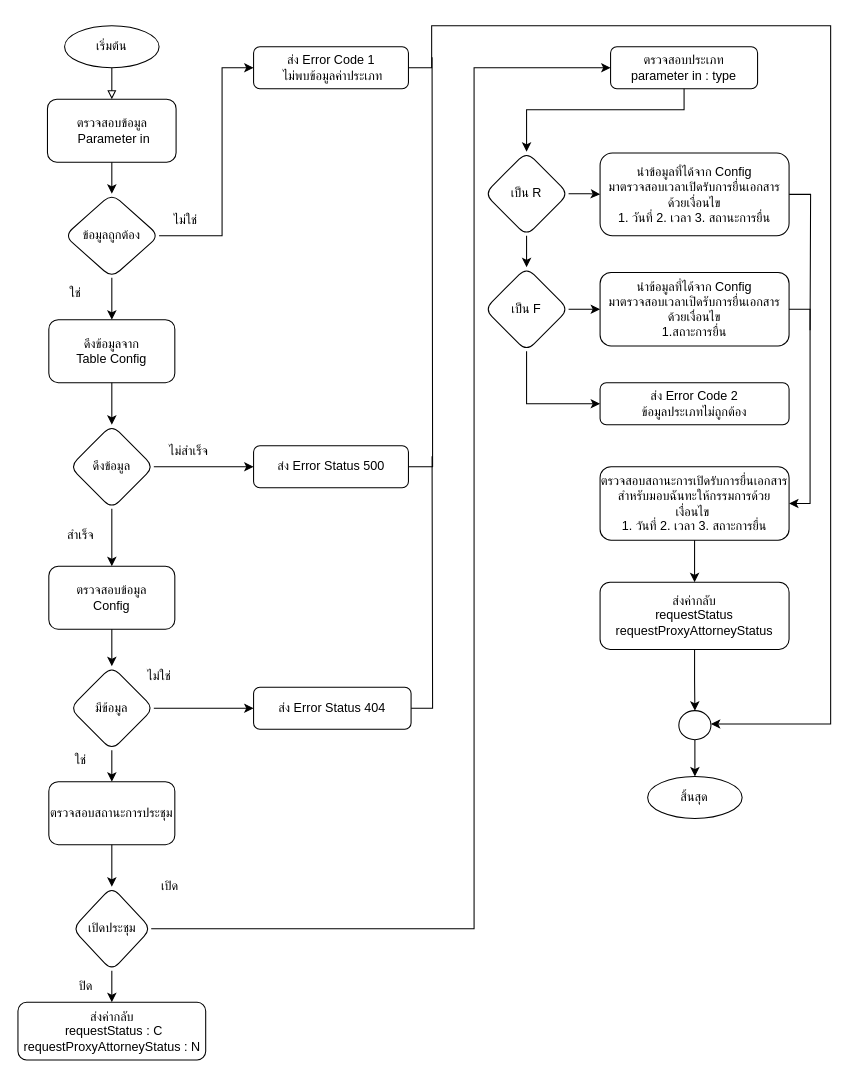
Earlier version of the draw.io diagram checkRequest.drawio (charifrodmanee/charifrodmanee). Source tidied: cells renumbered, new cells numbered last; positions are measured from the earlier drawing's top-left corner, leaving out a move shared by most shapes. Both pictures are drawn from the tidied source at 105%, with x=0, y=0 at pixel (18, 25).
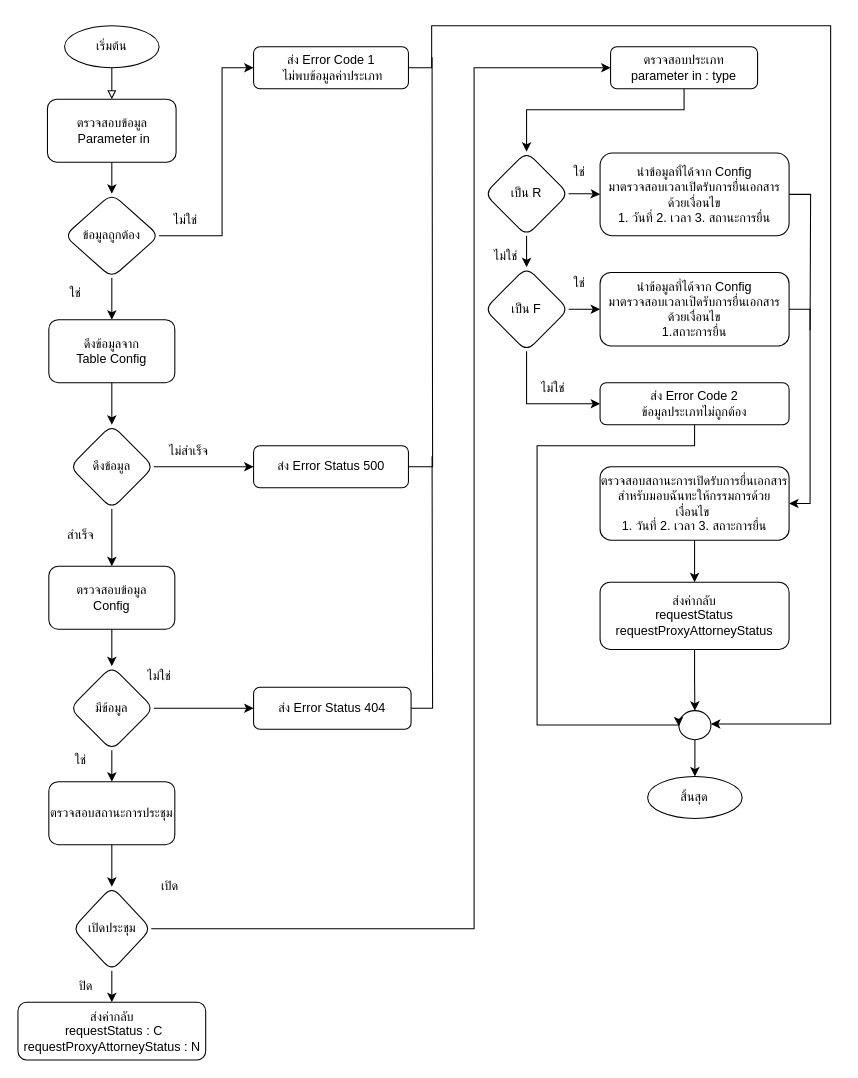
The same diagram, later.

The change refers to these unchanged cells:
```xml
<mxCell id="2" style="group;" parent="1" vertex="1">
  <mxGeometry x="-0.4" width="774.4" height="985" as="geometry" />
</mxCell>
<mxCell id="50" value="ส่ง Error Code 2&lt;br&gt;ข้อมูลประเภทไม่ถูกต้อง" style="whiteSpace=wrap;html=1;rounded=1;glass=0;strokeWidth=1;shadow=0;" parent="2" vertex="1">
  <mxGeometry x="554.4" y="340" width="180" height="40" as="geometry" />
</mxCell>
<mxCell id="57" style="ellipse;whiteSpace=wrap;html=1;rounded=1;glass=0;strokeWidth=1;shadow=0;direction=south;" parent="2" vertex="1">
  <mxGeometry x="629.4" y="652.3" width="30.6" height="27.7" as="geometry" />
</mxCell>
```

Change to the diagram source:
```diff
@@
+    <mxCell id="61" value="ใช่" style="text;html=1;align=center;verticalAlign=middle;strokeColor=none;fillColor=none;" parent="2" vertex="1">
+      <mxGeometry x="514.4" y="230" width="40" height="30" as="geometry" />
+    </mxCell>
+    <mxCell id="62" value="ไม่ใช่" style="text;html=1;align=center;verticalAlign=middle;strokeColor=none;fillColor=none;" parent="2" vertex="1">
+      <mxGeometry x="484.4" y="330" width="50" height="30" as="geometry" />
+    </mxCell>
+    <mxCell id="63" style="edgeStyle=orthogonalEdgeStyle;rounded=0;jettySize=auto;html=1;exitX=0.5;exitY=1;exitDx=0;exitDy=0;entryX=0.5;entryY=1;entryDx=0;entryDy=0;" parent="2" edge="1" source="50" target="57">
+      <mxGeometry relative="1" as="geometry">
+        <Array as="points">
+          <mxPoint x="644.4" y="400" />
+          <mxPoint x="494.4" y="400" />
+          <mxPoint x="494.4" y="666" />
+        </Array>
+      </mxGeometry>
+    </mxCell>
+    <mxCell id="64" value="ใช่" style="text;html=1;align=center;verticalAlign=middle;strokeColor=none;fillColor=none;" parent="1" vertex="1">
+      <mxGeometry x="514" y="125" width="40" height="30" as="geometry" />
+    </mxCell>
+    <mxCell id="65" value="ไม่ใช่" style="text;html=1;align=center;verticalAlign=middle;strokeColor=none;fillColor=none;" parent="1" vertex="1">
+      <mxGeometry x="439" y="205" width="50" height="30" as="geometry" />
+    </mxCell>
```
